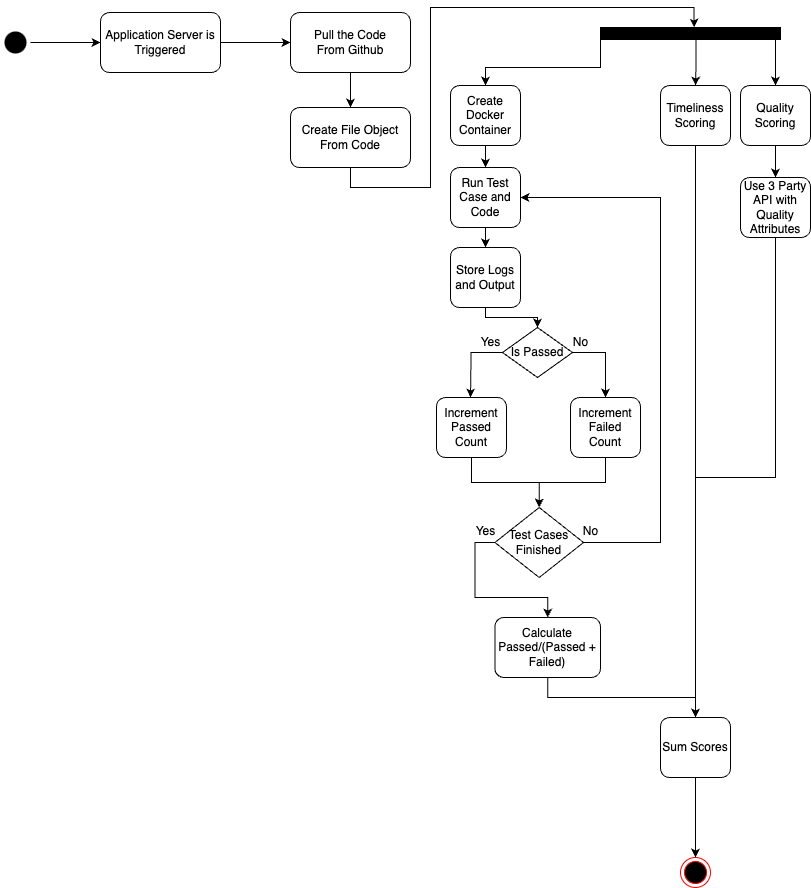
mehmetemreakbulut/AkbulutTopcuoglu keeps this draw.io diagram as DD/Images/DD-Sandbox.drawio.png. Above is the earlier version. Source tidied: cells renumbered, new cells last; positions are measured from the earlier drawing's top-left corner, leaving out a move shared by most shapes.
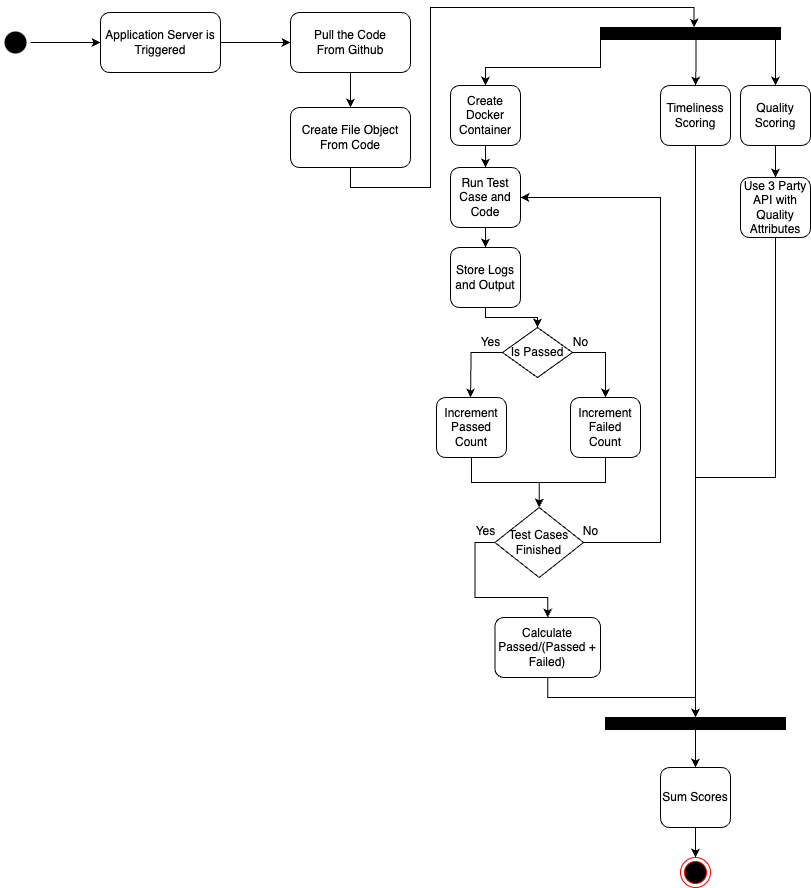
The same file after the commit.

What changed in the source:
```diff
@@ -59,7 +59,7 @@
     <mxCell id="15" value="Create Docker Container" style="rounded=1;whiteSpace=wrap;html=1;" parent="1" vertex="1">
       <mxGeometry x="450" y="78" width="70" height="60" as="geometry" />
     </mxCell>
-    <mxCell id="16" style="edgeStyle=orthogonalEdgeStyle;rounded=0;jettySize=auto;html=1;exitX=0.5;exitY=1;exitDx=0;exitDy=0;entryX=0.5;entryY=0;entryDx=0;entryDy=0;" parent="1" edge="1" source="17" target="42">
+    <mxCell id="16" style="edgeStyle=orthogonalEdgeStyle;rounded=0;jettySize=auto;html=1;exitX=0.5;exitY=1;exitDx=0;exitDy=0;entryX=0.5;entryY=0;entryDx=0;entryDy=0;" parent="1" edge="1" source="17" target="46">
       <mxGeometry relative="1" as="geometry" />
     </mxCell>
     <mxCell id="17" value="Timeliness&lt;br&gt;Scoring" style="rounded=1;whiteSpace=wrap;html=1;" parent="1" vertex="1">
@@ -125,7 +125,7 @@
     <mxCell id="33" value="Test Cases Finished" style="rhombus;whiteSpace=wrap;html=1;" parent="1" vertex="1">
       <mxGeometry x="494.4" y="500" width="88.6" height="70" as="geometry" />
     </mxCell>
-    <mxCell id="34" style="edgeStyle=orthogonalEdgeStyle;rounded=0;jettySize=auto;html=1;exitX=0.5;exitY=1;exitDx=0;exitDy=0;entryX=0.5;entryY=0;entryDx=0;entryDy=0;" parent="1" edge="1" source="35" target="42">
+    <mxCell id="34" style="edgeStyle=orthogonalEdgeStyle;rounded=0;jettySize=auto;html=1;exitX=0.5;exitY=1;exitDx=0;exitDy=0;entryX=0.5;entryY=0;entryDx=0;entryDy=0;" parent="1" edge="1" source="35" target="46">
       <mxGeometry relative="1" as="geometry" />
     </mxCell>
     <mxCell id="35" value="Calculate Passed/(Passed + Failed)" style="rounded=1;whiteSpace=wrap;html=1;" parent="1" vertex="1">
@@ -143,14 +143,14 @@
     <mxCell id="39" value="No" style="text;html=1;align=center;verticalAlign=middle;strokeColor=none;fillColor=none;" parent="1" vertex="1">
       <mxGeometry x="560" y="320" width="40" height="30" as="geometry" />
     </mxCell>
-    <mxCell id="40" style="edgeStyle=orthogonalEdgeStyle;rounded=0;jettySize=auto;html=1;exitX=0.5;exitY=1;exitDx=0;exitDy=0;entryX=0.5;entryY=0;entryDx=0;entryDy=0;" parent="1" edge="1" source="41" target="42">
+    <mxCell id="40" style="edgeStyle=orthogonalEdgeStyle;rounded=0;jettySize=auto;html=1;exitX=0.5;exitY=1;exitDx=0;exitDy=0;entryX=0.5;entryY=0;entryDx=0;entryDy=0;" parent="1" edge="1" source="41" target="46">
       <mxGeometry relative="1" as="geometry" />
     </mxCell>
     <mxCell id="41" value="Use 3 Party API with Quality Attributes" style="rounded=1;whiteSpace=wrap;html=1;" parent="1" vertex="1">
       <mxGeometry x="740" y="170" width="70" height="60" as="geometry" />
     </mxCell>
     <mxCell id="42" value="Sum Scores" style="rounded=1;whiteSpace=wrap;html=1;" parent="1" vertex="1">
-      <mxGeometry x="660" y="710" width="70" height="60" as="geometry" />
+      <mxGeometry x="660" y="760" width="70" height="60" as="geometry" />
     </mxCell>
     <mxCell id="43" style="ellipse;html=1;shape=endState;fillColor=#000000;strokeColor=#ff0000;" parent="1" vertex="1">
       <mxGeometry x="680" y="850" width="30" height="30" as="geometry" />
@@ -158,5 +158,11 @@
     <mxCell id="44" style="edgeStyle=orthogonalEdgeStyle;rounded=0;jettySize=auto;html=1;" parent="1" edge="1" source="42" target="43">
       <mxGeometry relative="1" as="geometry" />
     </mxCell>
+    <mxCell id="45" style="edgeStyle=orthogonalEdgeStyle;rounded=0;jettySize=auto;html=1;exitX=0.5;exitY=1;exitDx=0;exitDy=0;entryX=0.5;entryY=0;entryDx=0;entryDy=0;" parent="1" edge="1" source="46" target="42">
+      <mxGeometry relative="1" as="geometry" />
+    </mxCell>
+    <mxCell id="46" style="rounded=0;whiteSpace=wrap;html=1;fillColor=#000000;" parent="1" vertex="1">
+      <mxGeometry x="605" y="710" width="180" height="12" as="geometry" />
+    </mxCell>
   </root>
 </mxGraphModel>
```
